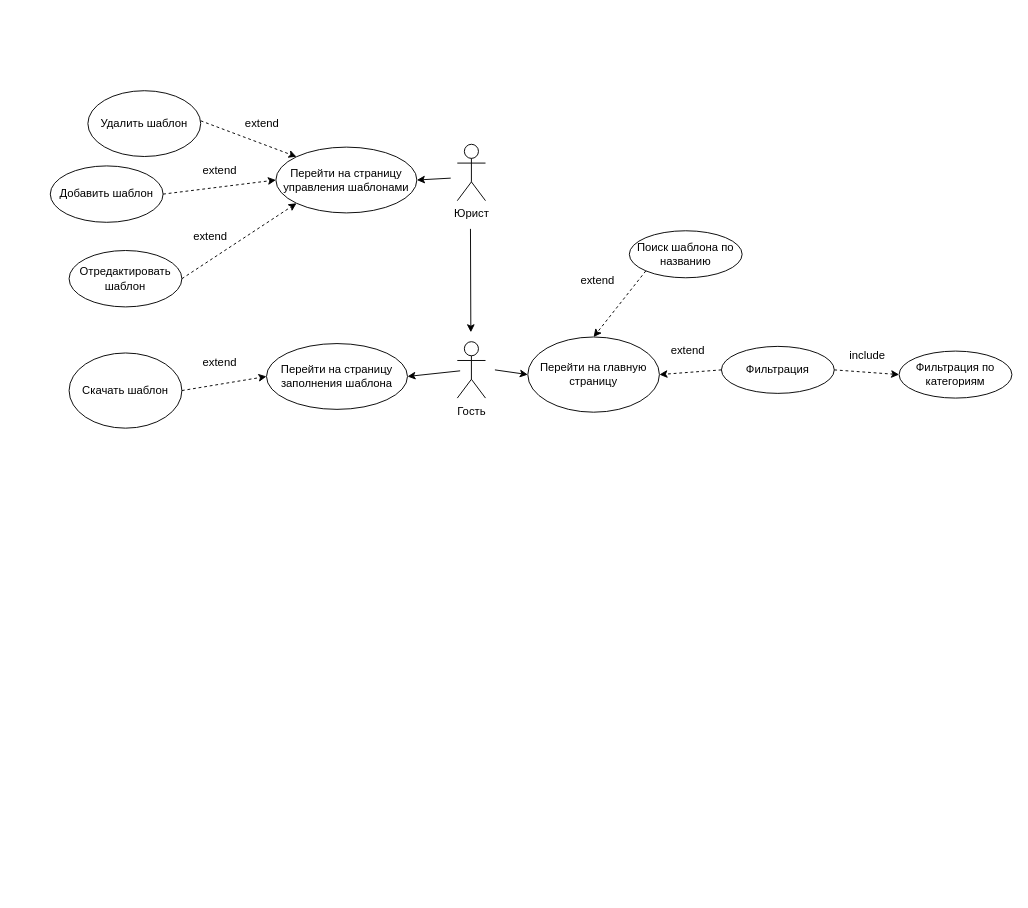
The draw.io diagram page "Use-case 2" (8 of 17) of img/Диаграмма без названия.drawio in Discordiks/Pink_girls, before the edit. Source tidied: cells renumbered, new cells numbered last; positions are measured from the earlier drawing's top-left corner, leaving out a move shared by most shapes. Both pictures are drawn from the tidied source at 94%, with x=0, y=0 at pixel (50, 90).
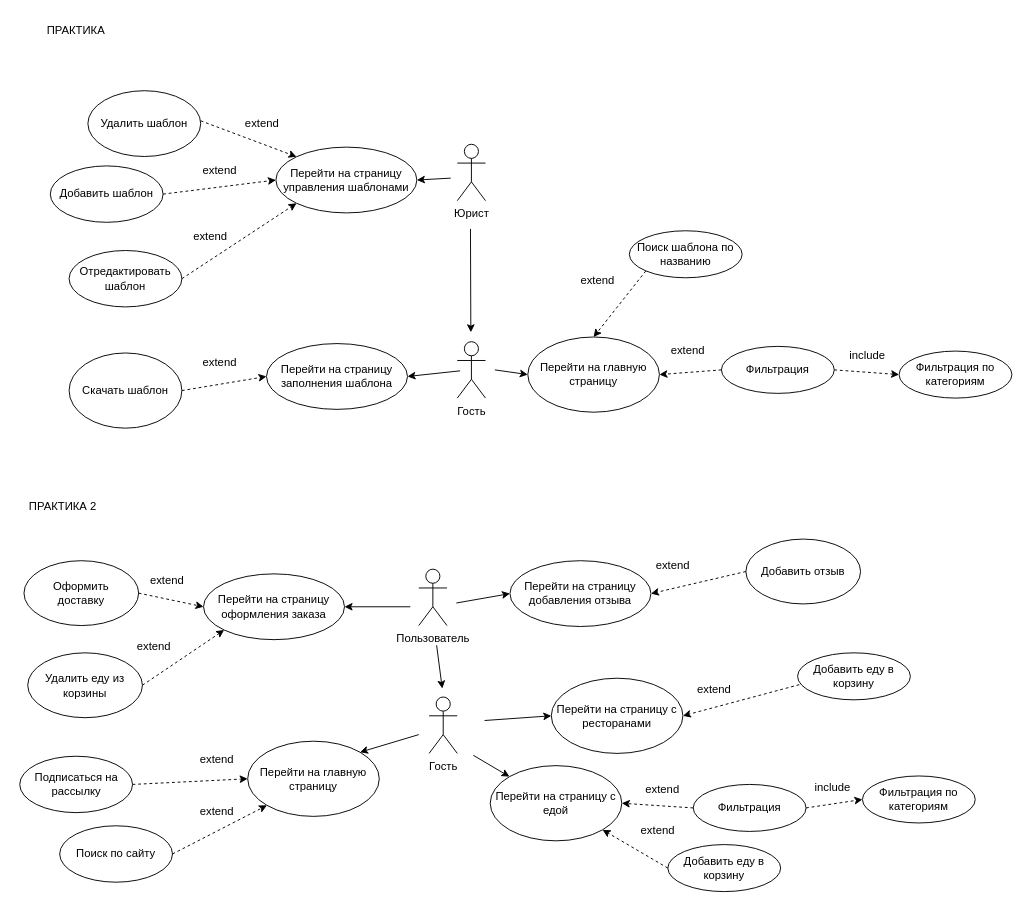
The same diagram, later.

What changed in the source:
```diff
@@
+    <mxCell id="32" value="ПРАКТИКА" style="text;html=1;align=center;verticalAlign=middle;whiteSpace=wrap;rounded=0;" parent="1" vertex="1">
+      <mxGeometry x="-22" y="-79" width="99" height="30" as="geometry" />
+    </mxCell>
+    <mxCell id="33" value="ПРАКТИКА 2" style="text;html=1;align=center;verticalAlign=middle;whiteSpace=wrap;rounded=0;" parent="1" vertex="1">
+      <mxGeometry x="-36" y="428" width="99" height="30" as="geometry" />
+    </mxCell>
+    <mxCell id="34" value="Гость" style="shape=umlActor;verticalLabelPosition=bottom;verticalAlign=top;html=1;" parent="1" vertex="1">
+      <mxGeometry x="403" y="645" width="30" height="60" as="geometry" />
+    </mxCell>
+    <mxCell id="35" value="Перейти на главную страницу" style="ellipse;whiteSpace=wrap;html=1;" parent="1" vertex="1">
+      <mxGeometry x="210" y="692" width="140" height="80" as="geometry" />
+    </mxCell>
+    <mxCell id="36" value="Фильтрация" style="ellipse;whiteSpace=wrap;html=1;" parent="1" vertex="1">
+      <mxGeometry x="684" y="738" width="120" height="50" as="geometry" />
+    </mxCell>
+    <mxCell id="37" value="Фильтрация по категориям" style="ellipse;whiteSpace=wrap;html=1;" parent="1" vertex="1">
+      <mxGeometry x="864" y="729" width="120" height="50" as="geometry" />
+    </mxCell>
+    <mxCell id="38" value="Подписаться на рассылку" style="ellipse;whiteSpace=wrap;html=1;" parent="1" vertex="1">
+      <mxGeometry x="-32.5" y="708" width="120" height="60" as="geometry" />
+    </mxCell>
+    <mxCell id="39" style="endArrow=classic;html=1;rounded=0;dashed=1;exitX=1;exitY=0.5;exitDx=0;exitDy=0;entryX=0;entryY=0.5;entryDx=0;entryDy=0;" parent="1" edge="1" source="38" target="35">
+      <mxGeometry relative="1" as="geometry" />
+    </mxCell>
+    <mxCell id="40" value="extend" style="text;html=1;align=center;verticalAlign=middle;strokeColor=none;fillColor=none;" parent="1" vertex="1">
+      <mxGeometry x="676" y="622" width="60" height="30" as="geometry" />
+    </mxCell>
+    <mxCell id="41" style="endArrow=classic;html=1;rounded=0;entryX=1;entryY=0;entryDx=0;entryDy=0;" parent="1" edge="1" target="35">
+      <mxGeometry relative="1" as="geometry">
+        <mxPoint x="392" y="685" as="sourcePoint" />
+      </mxGeometry>
+    </mxCell>
+    <mxCell id="42" value="Перейти на страницу с едой" style="ellipse;whiteSpace=wrap;html=1;" parent="1" vertex="1">
+      <mxGeometry x="468" y="718" width="140" height="80" as="geometry" />
+    </mxCell>
+    <mxCell id="43" value="Перейти на страницу с ресторанами" style="ellipse;whiteSpace=wrap;html=1;" parent="1" vertex="1">
+      <mxGeometry x="533" y="625" width="140" height="80" as="geometry" />
+    </mxCell>
+    <mxCell id="44" style="endArrow=classic;html=1;rounded=0;entryX=0;entryY=0;entryDx=0;entryDy=0;" parent="1" edge="1" target="42">
+      <mxGeometry relative="1" as="geometry">
+        <mxPoint x="450" y="707" as="sourcePoint" />
+      </mxGeometry>
+    </mxCell>
+    <mxCell id="45" style="endArrow=classic;html=1;rounded=0;entryX=0;entryY=0.5;entryDx=0;entryDy=0;" parent="1" edge="1" target="43">
+      <mxGeometry relative="1" as="geometry">
+        <mxPoint x="462" y="670" as="sourcePoint" />
+      </mxGeometry>
+    </mxCell>
+    <mxCell id="46" value="Поиск по сайту" style="ellipse;whiteSpace=wrap;html=1;" parent="1" vertex="1">
+      <mxGeometry x="10" y="782" width="120" height="60" as="geometry" />
+    </mxCell>
+    <mxCell id="47" style="endArrow=classic;html=1;rounded=0;dashed=1;exitX=1;exitY=0.5;exitDx=0;exitDy=0;entryX=0;entryY=1;entryDx=0;entryDy=0;" parent="1" edge="1" source="46" target="35">
+      <mxGeometry relative="1" as="geometry" />
+    </mxCell>
+    <mxCell id="48" value="extend" style="text;html=1;align=center;verticalAlign=middle;strokeColor=none;fillColor=none;" parent="1" vertex="1">
+      <mxGeometry x="147" y="752" width="60" height="30" as="geometry" />
+    </mxCell>
+    <mxCell id="49" style="endArrow=classic;html=1;rounded=0;dashed=1;exitX=0;exitY=0.5;exitDx=0;exitDy=0;entryX=1;entryY=0.5;entryDx=0;entryDy=0;" parent="1" edge="1" source="36" target="42">
+      <mxGeometry relative="1" as="geometry" />
+    </mxCell>
+    <mxCell id="50" style="endArrow=classic;html=1;rounded=0;dashed=1;exitX=1;exitY=0.5;exitDx=0;exitDy=0;entryX=0;entryY=0.5;entryDx=0;entryDy=0;" parent="1" edge="1" source="36" target="37">
+      <mxGeometry relative="1" as="geometry" />
+    </mxCell>
+    <mxCell id="51" value="extend" style="text;html=1;align=center;verticalAlign=middle;strokeColor=none;fillColor=none;" parent="1" vertex="1">
+      <mxGeometry x="621" y="729" width="60" height="30" as="geometry" />
+    </mxCell>
+    <mxCell id="52" value="include" style="text;html=1;align=center;verticalAlign=middle;strokeColor=none;fillColor=none;" parent="1" vertex="1">
+      <mxGeometry x="802" y="727" width="60" height="30" as="geometry" />
+    </mxCell>
+    <mxCell id="53" value="Добавить еду в корзину" style="ellipse;whiteSpace=wrap;html=1;" parent="1" vertex="1">
+      <mxGeometry x="795" y="598" width="120" height="50" as="geometry" />
+    </mxCell>
+    <mxCell id="54" value="extend" style="text;html=1;align=center;verticalAlign=middle;strokeColor=none;fillColor=none;" parent="1" vertex="1">
+      <mxGeometry x="147" y="697" width="60" height="30" as="geometry" />
+    </mxCell>
+    <mxCell id="55" style="endArrow=classic;html=1;rounded=0;dashed=1;exitX=0.015;exitY=0.678;exitDx=0;exitDy=0;entryX=1;entryY=0.5;entryDx=0;entryDy=0;exitPerimeter=0;" parent="1" edge="1" source="53" target="43">
+      <mxGeometry relative="1" as="geometry" />
+    </mxCell>
+    <mxCell id="56" value="Пользователь" style="shape=umlActor;verticalLabelPosition=bottom;verticalAlign=top;html=1;" parent="1" vertex="1">
+      <mxGeometry x="392" y="509" width="30" height="60" as="geometry" />
+    </mxCell>
+    <mxCell id="57" value="Перейти на страницу оформления заказа" style="ellipse;whiteSpace=wrap;html=1;" parent="1" vertex="1">
+      <mxGeometry x="163" y="514" width="150" height="70" as="geometry" />
+    </mxCell>
+    <mxCell id="58" style="endArrow=classic;html=1;rounded=0;entryX=1;entryY=0.5;entryDx=0;entryDy=0;" parent="1" edge="1" target="57">
+      <mxGeometry relative="1" as="geometry">
+        <mxPoint x="383" y="549" as="sourcePoint" />
+      </mxGeometry>
+    </mxCell>
+    <mxCell id="59" value="&lt;div&gt;Оформить&lt;/div&gt;&lt;div&gt;доставку&lt;/div&gt;" style="ellipse;whiteSpace=wrap;html=1;" parent="1" vertex="1">
+      <mxGeometry x="-28" y="500" width="122" height="69" as="geometry" />
+    </mxCell>
+    <mxCell id="60" style="endArrow=classic;html=1;rounded=0;entryX=0;entryY=0.5;entryDx=0;entryDy=0;dashed=1;exitX=1;exitY=0.5;exitDx=0;exitDy=0;" parent="1" edge="1" source="59" target="57">
+      <mxGeometry relative="1" as="geometry" />
+    </mxCell>
+    <mxCell id="61" value="extend" style="text;html=1;align=center;verticalAlign=middle;strokeColor=none;fillColor=none;" parent="1" vertex="1">
+      <mxGeometry x="94" y="506" width="60" height="30" as="geometry" />
+    </mxCell>
+    <mxCell id="62" value="Перейти на страницу добавления отзыва" style="ellipse;whiteSpace=wrap;html=1;" parent="1" vertex="1">
+      <mxGeometry x="489" y="500" width="150" height="70" as="geometry" />
+    </mxCell>
+    <mxCell id="63" value="Добавить отзыв" style="ellipse;whiteSpace=wrap;html=1;" parent="1" vertex="1">
+      <mxGeometry x="740" y="477" width="122" height="69" as="geometry" />
+    </mxCell>
+    <mxCell id="64" style="endArrow=classic;html=1;rounded=0;entryX=1;entryY=0.5;entryDx=0;entryDy=0;exitX=0;exitY=0.5;exitDx=0;exitDy=0;dashed=1;" parent="1" edge="1" source="63" target="62">
+      <mxGeometry relative="1" as="geometry" />
+    </mxCell>
+    <mxCell id="65" value="extend" style="text;html=1;align=center;verticalAlign=middle;strokeColor=none;fillColor=none;" parent="1" vertex="1">
+      <mxGeometry x="632" y="490" width="60" height="30" as="geometry" />
+    </mxCell>
+    <mxCell id="66" style="endArrow=classic;html=1;rounded=0;entryX=0;entryY=0.5;entryDx=0;entryDy=0;" parent="1" edge="1" target="62">
+      <mxGeometry relative="1" as="geometry">
+        <mxPoint x="432" y="545" as="sourcePoint" />
+      </mxGeometry>
+    </mxCell>
+    <mxCell id="67" value="Добавить еду в корзину" style="ellipse;whiteSpace=wrap;html=1;" parent="1" vertex="1">
+      <mxGeometry x="657" y="802" width="120" height="50" as="geometry" />
+    </mxCell>
+    <mxCell id="68" style="endArrow=classic;html=1;rounded=0;dashed=1;exitX=0;exitY=0.5;exitDx=0;exitDy=0;entryX=1;entryY=1;entryDx=0;entryDy=0;" parent="1" edge="1" source="67" target="42">
+      <mxGeometry relative="1" as="geometry" />
+    </mxCell>
+    <mxCell id="69" value="extend" style="text;html=1;align=center;verticalAlign=middle;strokeColor=none;fillColor=none;" parent="1" vertex="1">
+      <mxGeometry x="616" y="772" width="60" height="30" as="geometry" />
+    </mxCell>
+    <mxCell id="70" value="Удалить еду из корзины" style="ellipse;whiteSpace=wrap;html=1;" parent="1" vertex="1">
+      <mxGeometry x="-24" y="598" width="122" height="69" as="geometry" />
+    </mxCell>
+    <mxCell id="71" style="endArrow=classic;html=1;rounded=0;entryX=0;entryY=1;entryDx=0;entryDy=0;dashed=1;exitX=1;exitY=0.5;exitDx=0;exitDy=0;" parent="1" edge="1" source="70" target="57">
+      <mxGeometry relative="1" as="geometry" />
+    </mxCell>
+    <mxCell id="72" value="extend" style="text;html=1;align=center;verticalAlign=middle;strokeColor=none;fillColor=none;" parent="1" vertex="1">
+      <mxGeometry x="80" y="576" width="60" height="30" as="geometry" />
+    </mxCell>
+    <mxCell id="73" style="endArrow=classic;html=1;rounded=0;" parent="1" edge="1">
+      <mxGeometry relative="1" as="geometry">
+        <mxPoint x="411" y="590" as="sourcePoint" />
+        <mxPoint x="417" y="636" as="targetPoint" />
+      </mxGeometry>
+    </mxCell>
```
